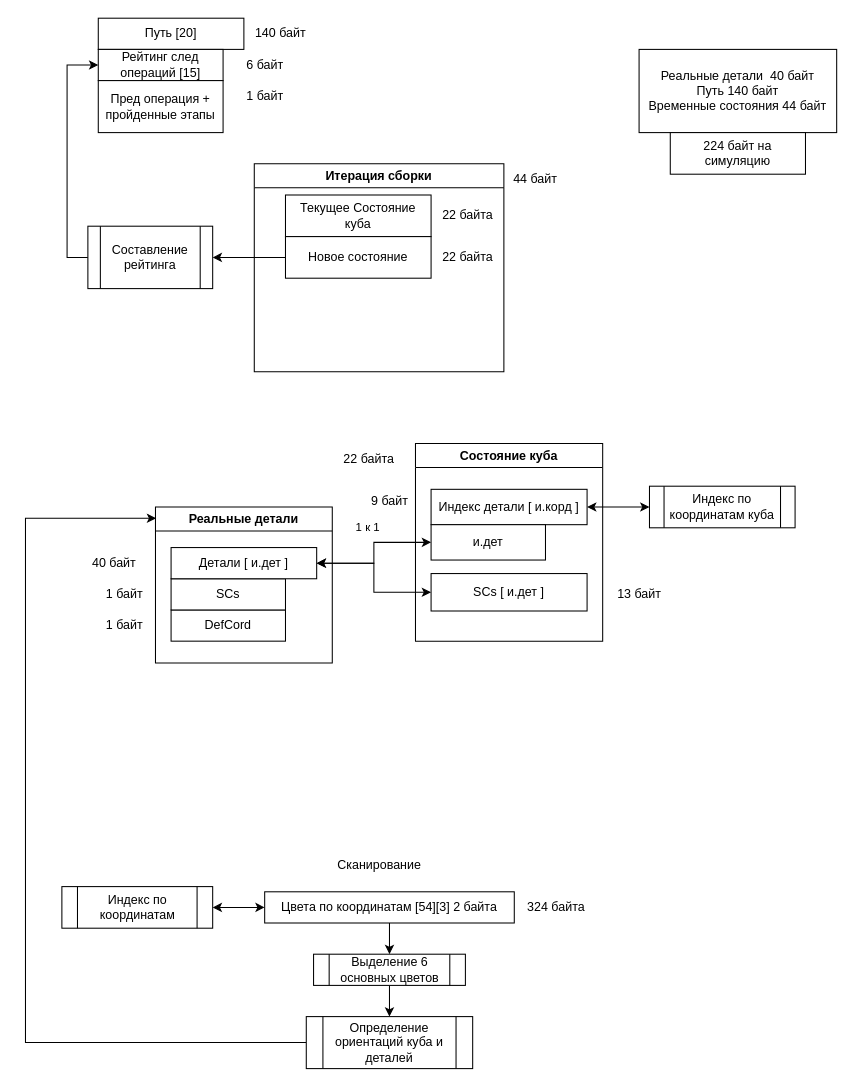
The draw.io diagram Solver/Сборка.drawio in NikolayTomshin/Solver3, before the edit. Source tidied: cells renumbered, new cells numbered last; positions are measured from the earlier drawing's top-left corner, leaving out a move shared by most shapes. Both pictures are drawn from the tidied source at 104%, with x=0, y=0 at pixel (25, 18).
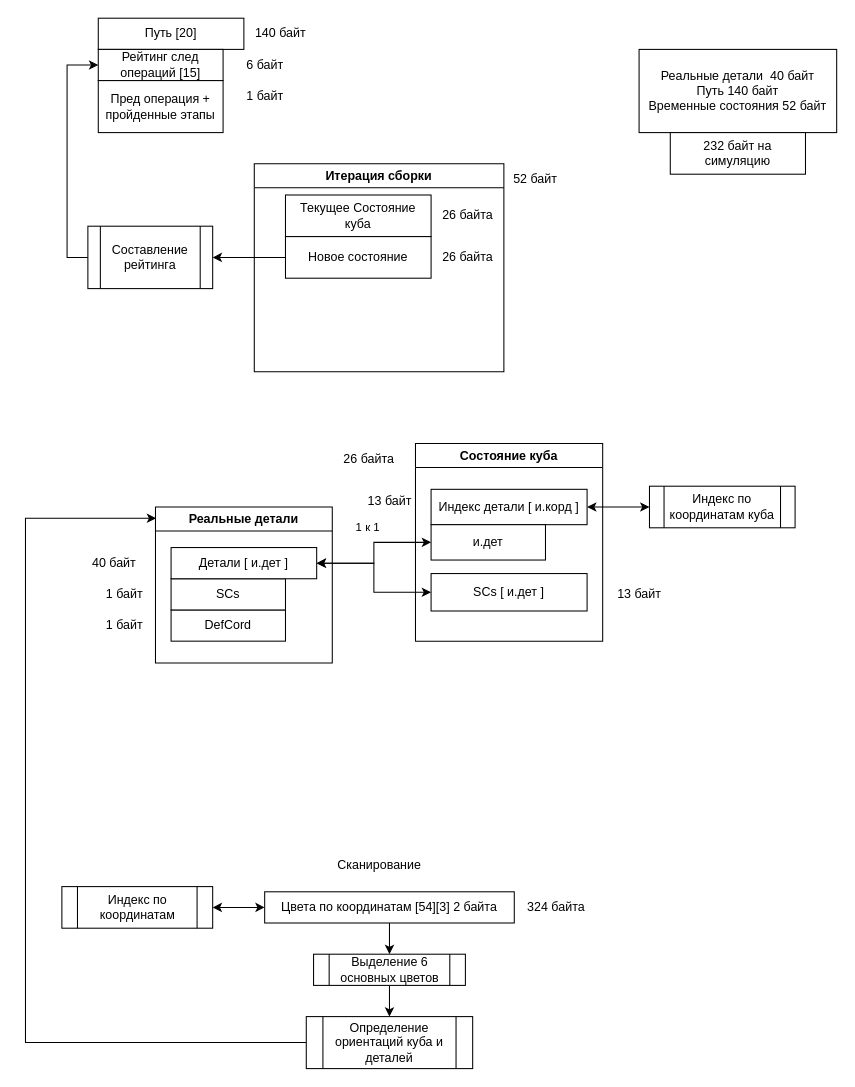
The same page after the edit.

The change refers to these unchanged cells:
```xml
<mxCell id="16" value="Итерация сборки" style="swimlane;whiteSpace=wrap;html=1;" parent="1" vertex="1">
  <mxGeometry x="220" y="140" width="240" height="200" as="geometry" />
</mxCell>
```

What changed in the source:
```diff
@@
-    <mxCell id="17" value="22 байта" style="text;html=1;align=center;verticalAlign=middle;strokeColor=none;fillColor=none;" parent="16" vertex="1">
+    <mxCell id="17" value="26 байта" style="text;html=1;align=center;verticalAlign=middle;strokeColor=none;fillColor=none;" parent="16" vertex="1">
       <mxGeometry x="170" y="35" width="70" height="30" as="geometry" />
     </mxCell>
@@
-    <mxCell id="19" value="22 байта" style="text;html=1;align=center;verticalAlign=middle;strokeColor=none;fillColor=none;" parent="16" vertex="1">
+    <mxCell id="19" value="26 байта" style="text;html=1;align=center;verticalAlign=middle;strokeColor=none;fillColor=none;" parent="16" vertex="1">
       <mxGeometry x="170" y="75" width="70" height="30" as="geometry" />
     </mxCell>
@@
-    <mxCell id="32" value="9&amp;nbsp;байт" style="text;html=1;align=center;verticalAlign=middle;strokeColor=none;fillColor=none;" parent="1" vertex="1">
-      <mxGeometry x="320" y="450" width="60" height="30" as="geometry" />
+    <mxCell id="32" value="13 байт" style="text;html=1;align=center;verticalAlign=middle;strokeColor=none;fillColor=none;" parent="1" vertex="1">
+      <mxGeometry x="315" y="450" width="70" height="30" as="geometry" />
     </mxCell>
@@
-    <mxCell id="34" value="22&amp;nbsp;байта" style="text;html=1;align=center;verticalAlign=middle;strokeColor=none;fillColor=none;" parent="1" vertex="1">
+    <mxCell id="34" value="26 байта" style="text;html=1;align=center;verticalAlign=middle;strokeColor=none;fillColor=none;" parent="1" vertex="1">
       <mxGeometry x="295" y="409" width="70" height="30" as="geometry" />
     </mxCell>
-    <mxCell id="35" value="44 байт" style="text;html=1;align=center;verticalAlign=middle;strokeColor=none;fillColor=none;" parent="1" vertex="1">
+    <mxCell id="35" value="52 байт" style="text;html=1;align=center;verticalAlign=middle;strokeColor=none;fillColor=none;" parent="1" vertex="1">
       <mxGeometry x="455" y="140" width="70" height="30" as="geometry" />
     </mxCell>
-    <mxCell id="36" value="Реальные детали&amp;nbsp; 40 байт&lt;br&gt;Путь 140 байт&lt;br&gt;Временные состояния 44 байт" style="rounded=0;whiteSpace=wrap;html=1;" parent="1" vertex="1">
+    <mxCell id="36" value="Реальные детали&amp;nbsp; 40 байт&lt;br&gt;Путь 140 байт&lt;br&gt;Временные состояния 52 байт" style="rounded=0;whiteSpace=wrap;html=1;" parent="1" vertex="1">
       <mxGeometry x="590" y="30" width="190" height="80" as="geometry" />
     </mxCell>
-    <mxCell id="37" value="224 байт на симуляцию" style="rounded=0;whiteSpace=wrap;html=1;" parent="1" vertex="1">
+    <mxCell id="37" value="232 байт на симуляцию" style="rounded=0;whiteSpace=wrap;html=1;" parent="1" vertex="1">
       <mxGeometry x="620" y="110" width="130" height="40" as="geometry" />
     </mxCell>
```
